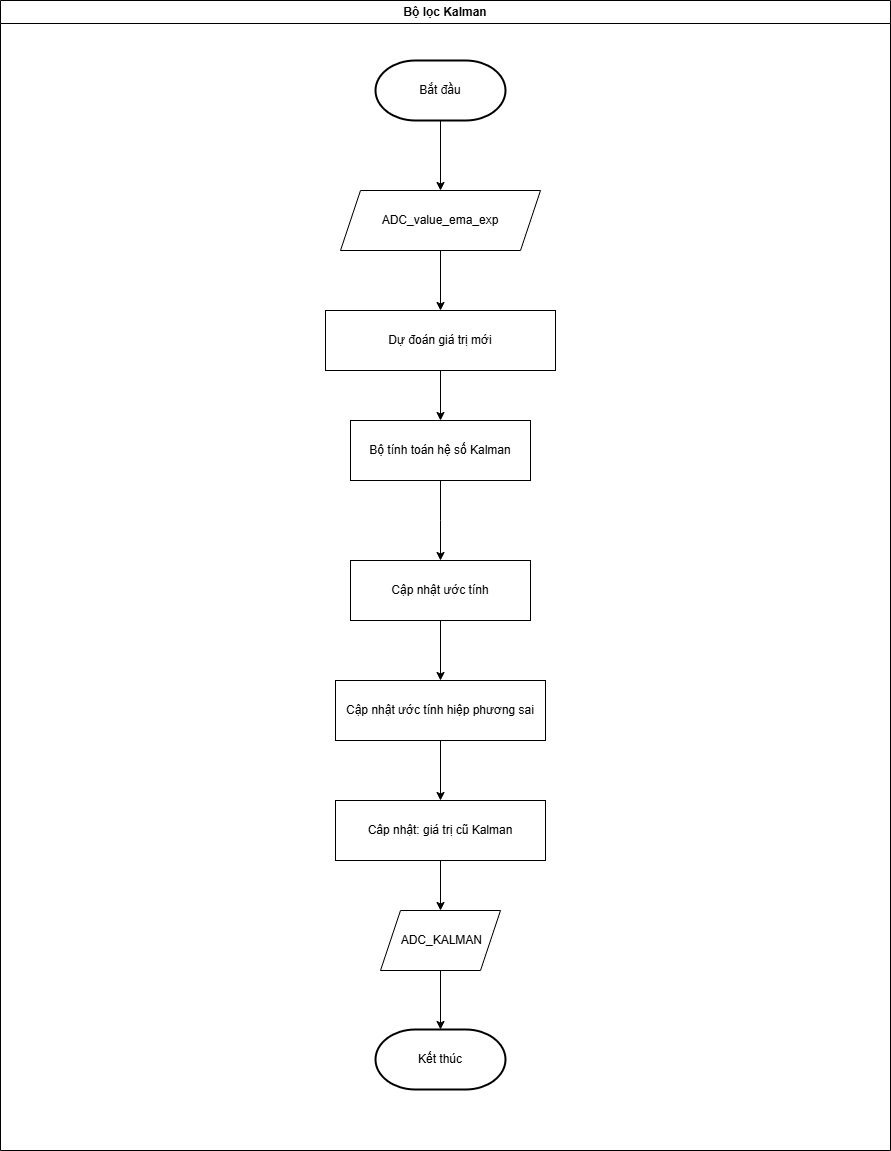
Quynguyen34/CNC-Drill-Graduation-Project keeps this draw.io diagram as FLOWCHART-VIE/FLOWCHART-KALMAN-FILTER.png. Above is the earlier version. Source tidied: cells renumbered, new cells last; positions are measured from the earlier drawing's top-left corner, leaving out a move shared by most shapes.
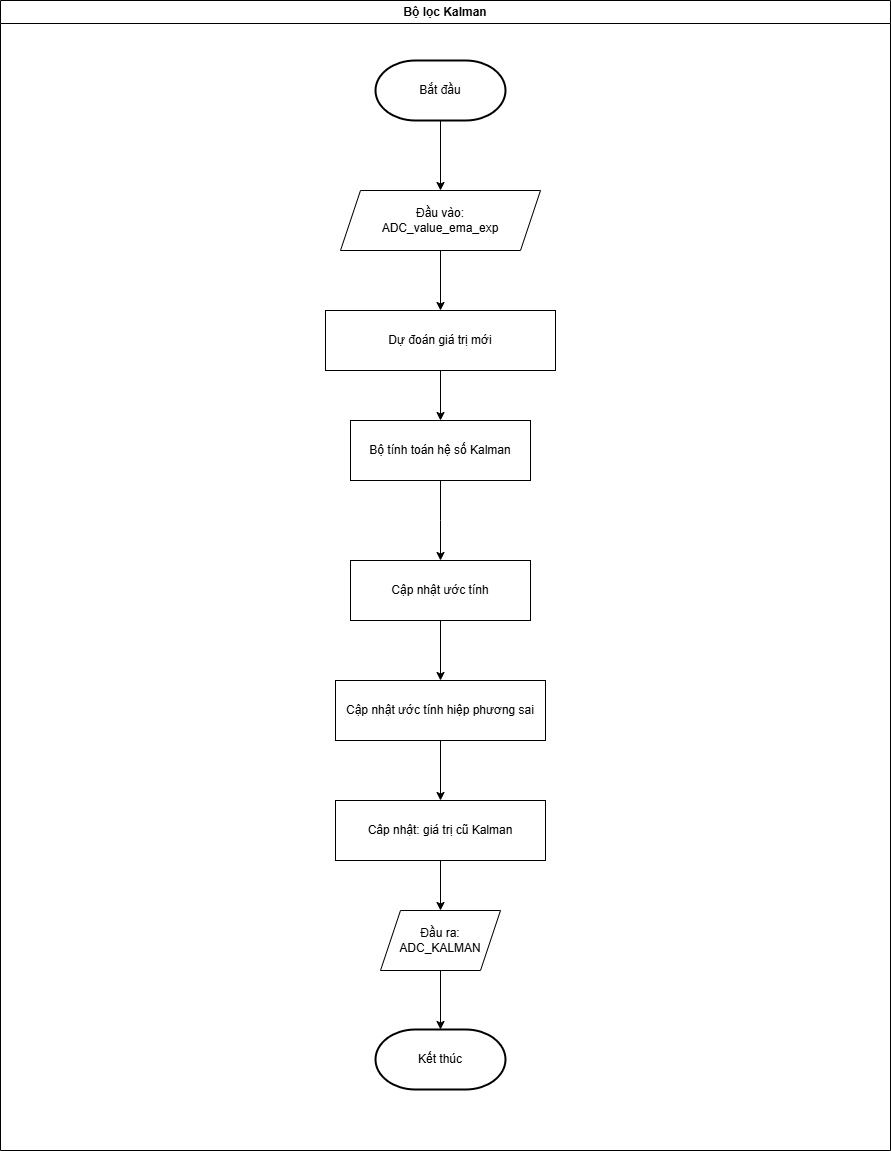
After the change.

Diff of the diagram source:
```diff
@@ -34,7 +34,7 @@
     <mxCell id="10" style="edgeStyle=orthogonalEdgeStyle;rounded=0;jettySize=auto;html=1;" parent="2" edge="1" source="11" target="6">
       <mxGeometry relative="1" as="geometry" />
     </mxCell>
-    <mxCell id="11" value="ADC_value_ema_exp" style="shape=parallelogram;perimeter=parallelogramPerimeter;whiteSpace=wrap;html=1;fixedSize=1;" parent="2" vertex="1">
+    <mxCell id="11" value="&lt;div&gt;Đầu vào:&lt;/div&gt;ADC_value_ema_exp" style="shape=parallelogram;perimeter=parallelogramPerimeter;whiteSpace=wrap;html=1;fixedSize=1;" parent="2" vertex="1">
       <mxGeometry x="340" y="190" width="200" height="60" as="geometry" />
     </mxCell>
     <mxCell id="12" style="edgeStyle=orthogonalEdgeStyle;rounded=0;orthogonalLoop=1;jettySize=auto;html=1;" parent="2" edge="1">
@@ -64,7 +64,7 @@
     <mxCell id="17" value="Câp nhật: giá trị cũ Kalman" style="rounded=0;whiteSpace=wrap;html=1;" parent="2" vertex="1">
       <mxGeometry x="335" y="800" width="210" height="60" as="geometry" />
     </mxCell>
-    <mxCell id="18" value="&amp;nbsp;ADC_KALMAN" style="shape=parallelogram;perimeter=parallelogramPerimeter;whiteSpace=wrap;html=1;fixedSize=1;" parent="2" vertex="1">
+    <mxCell id="18" value="Đầu ra: ADC_KALMAN" style="shape=parallelogram;perimeter=parallelogramPerimeter;whiteSpace=wrap;html=1;fixedSize=1;" parent="2" vertex="1">
       <mxGeometry x="380" y="910" width="120" height="60" as="geometry" />
     </mxCell>
     <mxCell id="19" value="Kết thúc" style="strokeWidth=2;html=1;shape=mxgraph.flowchart.terminator;whiteSpace=wrap;" parent="2" vertex="1">
```
